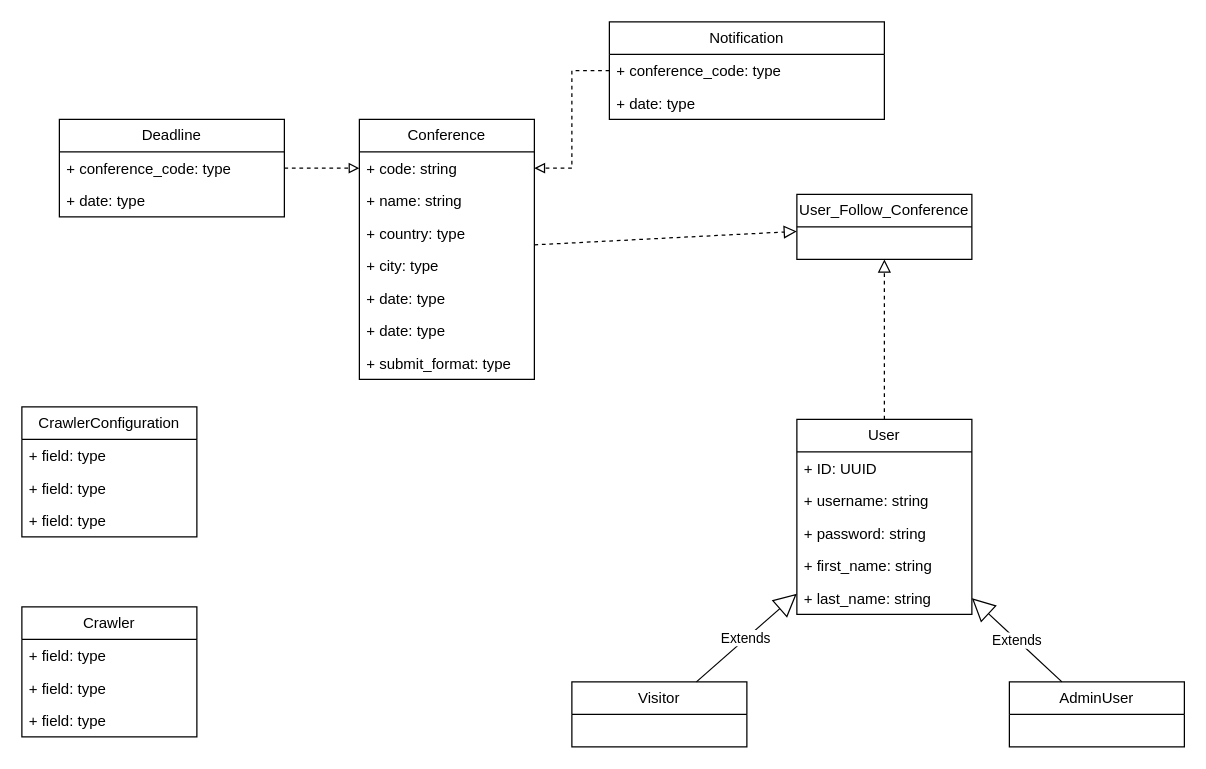
Technologie-Logicielle/spiderbot keeps this draw.io diagram as page "Class" (2 of 2) of Diagram/Use Case.drawio. Above is the earlier version. Source tidied: cells renumbered, new cells numbered last; positions are measured from the earlier drawing's top-left corner, leaving out a move shared by most shapes. Both pictures are drawn from the tidied source at 125%, with x=0, y=0 at pixel (21, 21).
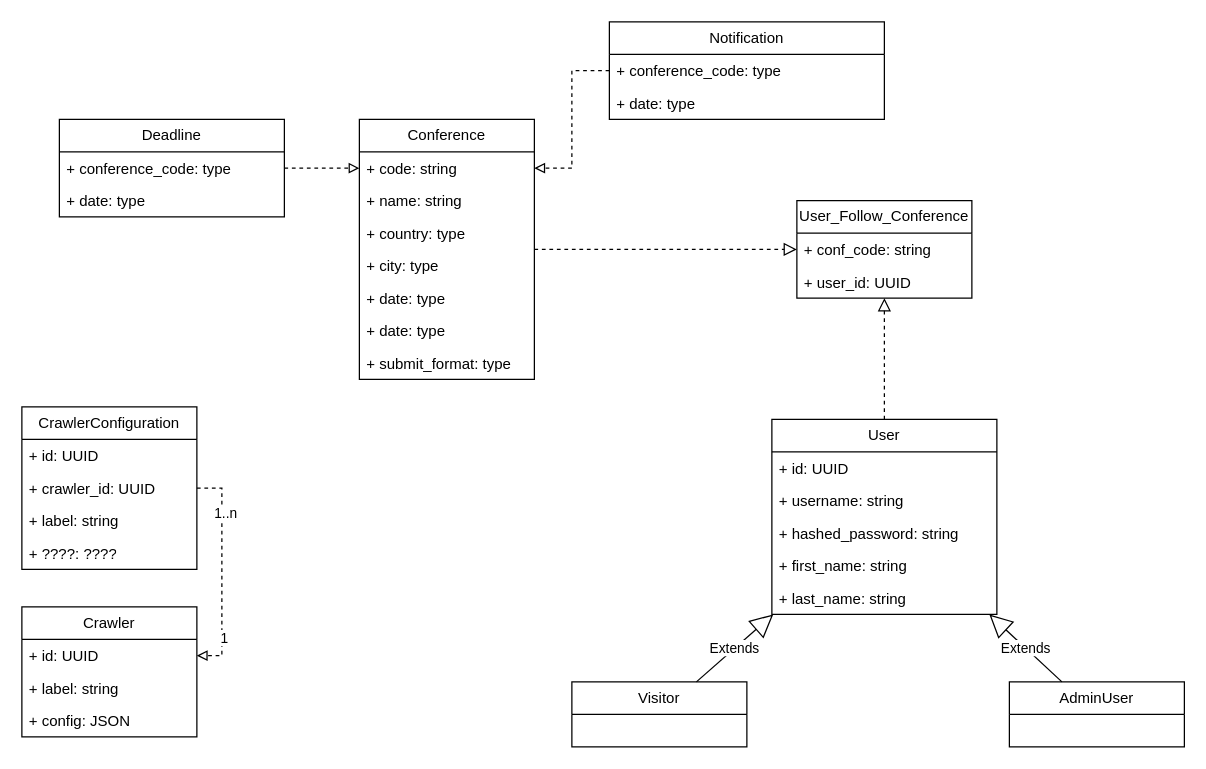
After the change.

Unchanged cells that the change refers to:
```xml
<mxCell id="10" value="Crawler" style="swimlane;fontStyle=0;horizontal=1;startSize=26;fillColor=none;whiteSpace=wrap;html=1;" parent="1" vertex="1">
  <mxGeometry y="468" width="140" height="104" as="geometry" />
</mxCell>
```

Change to the diagram source:
```diff
@@
-    <mxCell id="11" value="+ field: type" style="text;strokeColor=none;fillColor=none;align=left;verticalAlign=top;spacingLeft=4;spacingRight=4;overflow=hidden;points=[[0,0.5],[1,0.5]];portConstraint=eastwest;whiteSpace=wrap;html=1;" parent="10" vertex="1">
+    <mxCell id="11" value="+ id: UUID" style="text;strokeColor=none;fillColor=none;align=left;verticalAlign=top;spacingLeft=4;spacingRight=4;overflow=hidden;points=[[0,0.5],[1,0.5]];portConstraint=eastwest;whiteSpace=wrap;html=1;" parent="10" vertex="1">
       <mxGeometry y="26" width="140" height="26" as="geometry" />
     </mxCell>
-    <mxCell id="12" value="+ field: type" style="text;strokeColor=none;fillColor=none;align=left;verticalAlign=top;spacingLeft=4;spacingRight=4;overflow=hidden;whiteSpace=wrap;html=1;" parent="10" vertex="1">
+    <mxCell id="12" value="+ label: string" style="text;strokeColor=none;fillColor=none;align=left;verticalAlign=top;spacingLeft=4;spacingRight=4;overflow=hidden;whiteSpace=wrap;html=1;" parent="10" vertex="1">
       <mxGeometry y="52" width="140" height="26" as="geometry" />
     </mxCell>
-    <mxCell id="13" value="+ field: type" style="text;strokeColor=none;fillColor=none;align=left;verticalAlign=top;spacingLeft=4;spacingRight=4;overflow=hidden;whiteSpace=wrap;html=1;" parent="10" vertex="1">
+    <mxCell id="13" value="+ config: JSON" style="text;strokeColor=none;fillColor=none;align=left;verticalAlign=top;spacingLeft=4;spacingRight=4;overflow=hidden;whiteSpace=wrap;html=1;" parent="10" vertex="1">
       <mxGeometry y="78" width="140" height="26" as="geometry" />
     </mxCell>
     <mxCell id="14" value="CrawlerConfiguration" style="swimlane;fontStyle=0;horizontal=1;startSize=26;fillColor=none;whiteSpace=wrap;html=1;" parent="1" vertex="1">
-      <mxGeometry y="308" width="140" height="104" as="geometry" />
+      <mxGeometry y="308" width="140" height="130" as="geometry" />
     </mxCell>
-    <mxCell id="15" value="+ field: type" style="text;strokeColor=none;fillColor=none;align=left;verticalAlign=top;spacingLeft=4;spacingRight=4;overflow=hidden;whiteSpace=wrap;html=1;" parent="14" vertex="1">
+    <mxCell id="15" value="+ id: UUID" style="text;strokeColor=none;fillColor=none;align=left;verticalAlign=top;spacingLeft=4;spacingRight=4;overflow=hidden;whiteSpace=wrap;html=1;" parent="14" vertex="1">
       <mxGeometry y="26" width="140" height="26" as="geometry" />
     </mxCell>
+    <mxCell id="39" value="+ crawler_id: UUID" style="text;strokeColor=none;fillColor=none;align=left;verticalAlign=top;spacingLeft=4;spacingRight=4;overflow=hidden;points=[[0,0.5],[1,0.5]];portConstraint=eastwest;whiteSpace=wrap;html=1;" parent="14" vertex="1">
+      <mxGeometry y="52" width="140" height="26" as="geometry" />
+    </mxCell>
-    <mxCell id="16" value="+ field: type" style="text;strokeColor=none;fillColor=none;align=left;verticalAlign=top;spacingLeft=4;spacingRight=4;overflow=hidden;whiteSpace=wrap;html=1;" parent="14" vertex="1">
-      <mxGeometry y="52" width="140" height="26" as="geometry" />
+    <mxCell id="16" value="+ label: string" style="text;strokeColor=none;fillColor=none;align=left;verticalAlign=top;spacingLeft=4;spacingRight=4;overflow=hidden;whiteSpace=wrap;html=1;" parent="14" vertex="1">
+      <mxGeometry y="78" width="140" height="26" as="geometry" />
     </mxCell>
-    <mxCell id="17" value="+ field: type" style="text;strokeColor=none;fillColor=none;align=left;verticalAlign=top;spacingLeft=4;spacingRight=4;overflow=hidden;whiteSpace=wrap;html=1;" parent="14" vertex="1">
-      <mxGeometry y="78" width="140" height="26" as="geometry" />
-    </mxCell>
+    <mxCell id="40" value="+ ????: ????" style="text;strokeColor=none;fillColor=none;align=left;verticalAlign=top;spacingLeft=4;spacingRight=4;overflow=hidden;whiteSpace=wrap;html=1;" parent="14" vertex="1">
+      <mxGeometry y="104" width="140" height="26" as="geometry" />
+    </mxCell>
     <mxCell id="18" value="User" style="swimlane;fontStyle=0;horizontal=1;startSize=26;fillColor=none;whiteSpace=wrap;html=1;" parent="1" vertex="1">
-      <mxGeometry x="620" y="318" width="140" height="156" as="geometry" />
+      <mxGeometry x="600" y="318" width="180" height="156" as="geometry" />
     </mxCell>
-    <mxCell id="19" value="+ ID: UUID" style="text;strokeColor=none;fillColor=none;align=left;verticalAlign=top;spacingLeft=4;spacingRight=4;overflow=hidden;whiteSpace=wrap;html=1;" parent="18" vertex="1">
-      <mxGeometry y="26" width="140" height="26" as="geometry" />
+    <mxCell id="19" value="+ id: UUID" style="text;strokeColor=none;fillColor=none;align=left;verticalAlign=top;spacingLeft=4;spacingRight=4;overflow=hidden;whiteSpace=wrap;html=1;" parent="18" vertex="1">
+      <mxGeometry y="26" width="180" height="26" as="geometry" />
     </mxCell>
     <mxCell id="20" value="+ username: string" style="text;strokeColor=none;fillColor=none;align=left;verticalAlign=top;spacingLeft=4;spacingRight=4;overflow=hidden;whiteSpace=wrap;html=1;" parent="18" vertex="1">
-      <mxGeometry y="52" width="140" height="26" as="geometry" />
+      <mxGeometry y="52" width="180" height="26" as="geometry" />
     </mxCell>
-    <mxCell id="21" value="+ password: string" style="text;strokeColor=none;fillColor=none;align=left;verticalAlign=top;spacingLeft=4;spacingRight=4;overflow=hidden;whiteSpace=wrap;html=1;" parent="18" vertex="1">
-      <mxGeometry y="78" width="140" height="26" as="geometry" />
+    <mxCell id="21" value="+ hashed_password: string" style="text;strokeColor=none;fillColor=none;align=left;verticalAlign=top;spacingLeft=4;spacingRight=4;overflow=hidden;whiteSpace=wrap;html=1;" parent="18" vertex="1">
+      <mxGeometry y="78" width="180" height="26" as="geometry" />
     </mxCell>
     <mxCell id="22" value="+ first_name: string" style="text;strokeColor=none;fillColor=none;align=left;verticalAlign=top;spacingLeft=4;spacingRight=4;overflow=hidden;whiteSpace=wrap;html=1;" parent="18" vertex="1">
-      <mxGeometry y="104" width="140" height="26" as="geometry" />
+      <mxGeometry y="104" width="180" height="26" as="geometry" />
     </mxCell>
     <mxCell id="23" value="+ last_name: string" style="text;strokeColor=none;fillColor=none;align=left;verticalAlign=top;spacingLeft=4;spacingRight=4;overflow=hidden;whiteSpace=wrap;html=1;" parent="18" vertex="1">
-      <mxGeometry y="130" width="140" height="26" as="geometry" />
+      <mxGeometry y="130" width="180" height="26" as="geometry" />
     </mxCell>
     <mxCell id="24" value="User_Follow_Conference" style="swimlane;fontStyle=0;horizontal=1;startSize=26;fillColor=none;whiteSpace=wrap;html=1;" parent="1" vertex="1">
-      <mxGeometry x="620" y="138" width="140" height="52" as="geometry" />
+      <mxGeometry x="620" y="143" width="140" height="78" as="geometry" />
     </mxCell>
+    <mxCell id="41" value="+ conf_code: string" style="text;strokeColor=none;fillColor=none;align=left;verticalAlign=top;spacingLeft=4;spacingRight=4;overflow=hidden;whiteSpace=wrap;html=1;" parent="24" vertex="1">
+      <mxGeometry y="26" width="140" height="26" as="geometry" />
+    </mxCell>
+    <mxCell id="42" value="+ user_id: UUID" style="text;strokeColor=none;fillColor=none;align=left;verticalAlign=top;spacingLeft=4;spacingRight=4;overflow=hidden;whiteSpace=wrap;html=1;" parent="24" vertex="1">
+      <mxGeometry y="52" width="140" height="26" as="geometry" />
+    </mxCell>
@@
+    <mxCell id="43" style="edgeStyle=orthogonalEdgeStyle;rounded=0;jettySize=auto;html=1;exitX=1;exitY=0.5;exitDx=0;exitDy=0;entryX=1;entryY=0.5;entryDx=0;entryDy=0;dashed=1;endArrow=block;endFill=0;" parent="1" edge="1" source="39" target="11">
+      <mxGeometry relative="1" as="geometry" />
+    </mxCell>
+    <mxCell id="44" value="1" style="edgeLabel;html=1;align=center;verticalAlign=middle;" parent="43" vertex="1">
+      <mxGeometry x="0.6" y="1" relative="1" as="geometry" />
+    </mxCell>
+    <mxCell id="45" value="1..n" style="edgeLabel;html=1;align=center;verticalAlign=middle;" parent="43" vertex="1">
+      <mxGeometry x="-0.55" y="2" relative="1" as="geometry" />
+    </mxCell>
```
